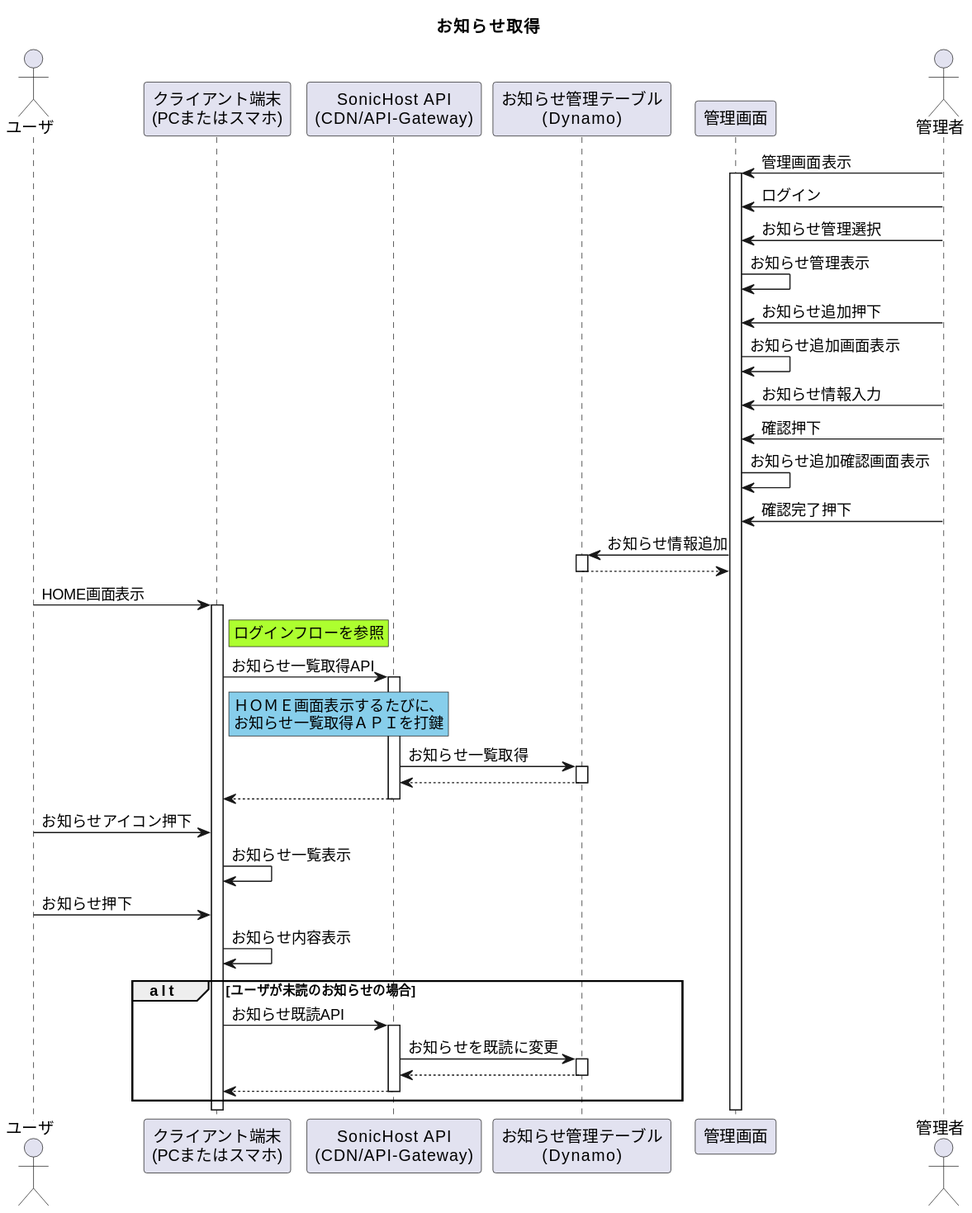
Earlier version of the PlantUML export 01_Sequences/04_Notification/01_getNotificationFlow/getNotificationFlow.svg (Sonic-Host/documents).
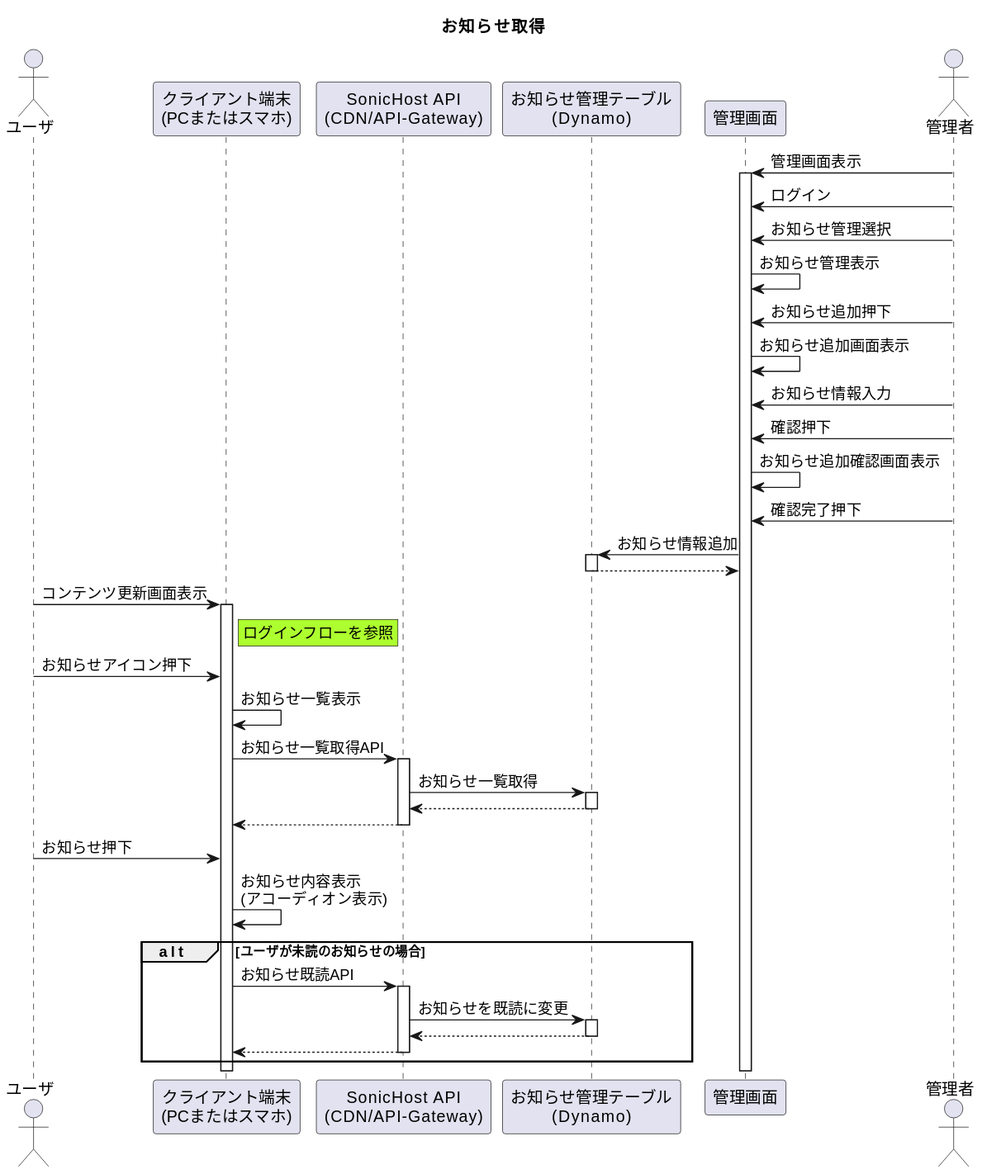
The same file after the commit.

What changed in the source:
```diff
@@ -24,22 +24,18 @@
 adminApp <-- dynamo --
 
 
-user -> device ++: HOME画面表示
+user -> device ++: コンテンツ更新画面表示
 rnote right of device #GreenYellow
     ログインフローを参照
 end note
+user -> device : お知らせアイコン押下
+device -> device : お知らせ一覧表示
 device -> api ++ : お知らせ一覧取得API
-rnote right of device #SkyBlue
-    ＨＯＭＥ画面表示するたびに、
-    お知らせ一覧取得ＡＰＩを打鍵
-end note
 api -> dynamo ++ : お知らせ一覧取得
 api <-- dynamo --
 device <-- api --
-user -> device : お知らせアイコン押下
-device -> device : お知らせ一覧表示
 user -> device : お知らせ押下
-device -> device : お知らせ内容表示
+device -> device : お知らせ内容表示\n(アコーディオン表示)
 alt ユーザが未読のお知らせの場合
     device -> api ++ : お知らせ既読API
     api -> dynamo ++ : お知らせを既読に変更
```
